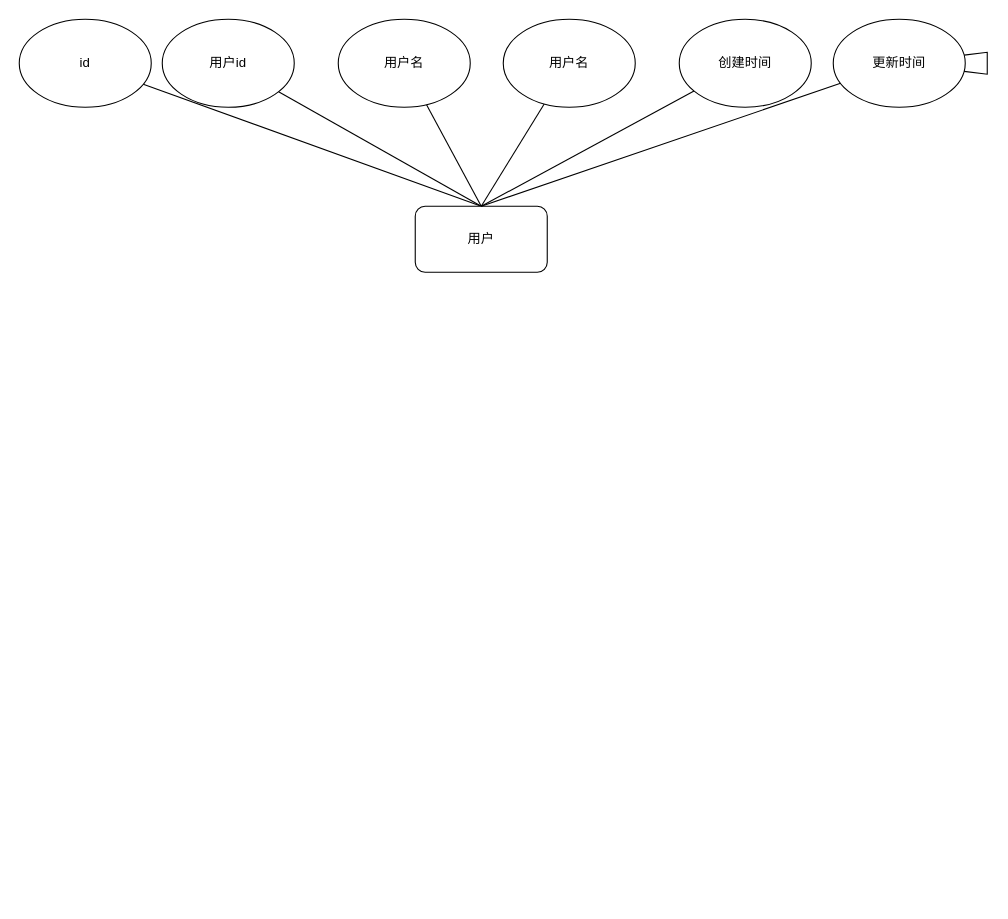
Earlier version of the draw.io diagram 论坛E-R图.drawio (ziluo-qiuping/SE2022). Source tidied: cells renumbered, new cells numbered last; positions are measured from the earlier drawing's top-left corner, leaving out a move shared by most shapes. Both pictures are drawn from the tidied source at 110%, with x=0, y=0 at pixel (19, 19).
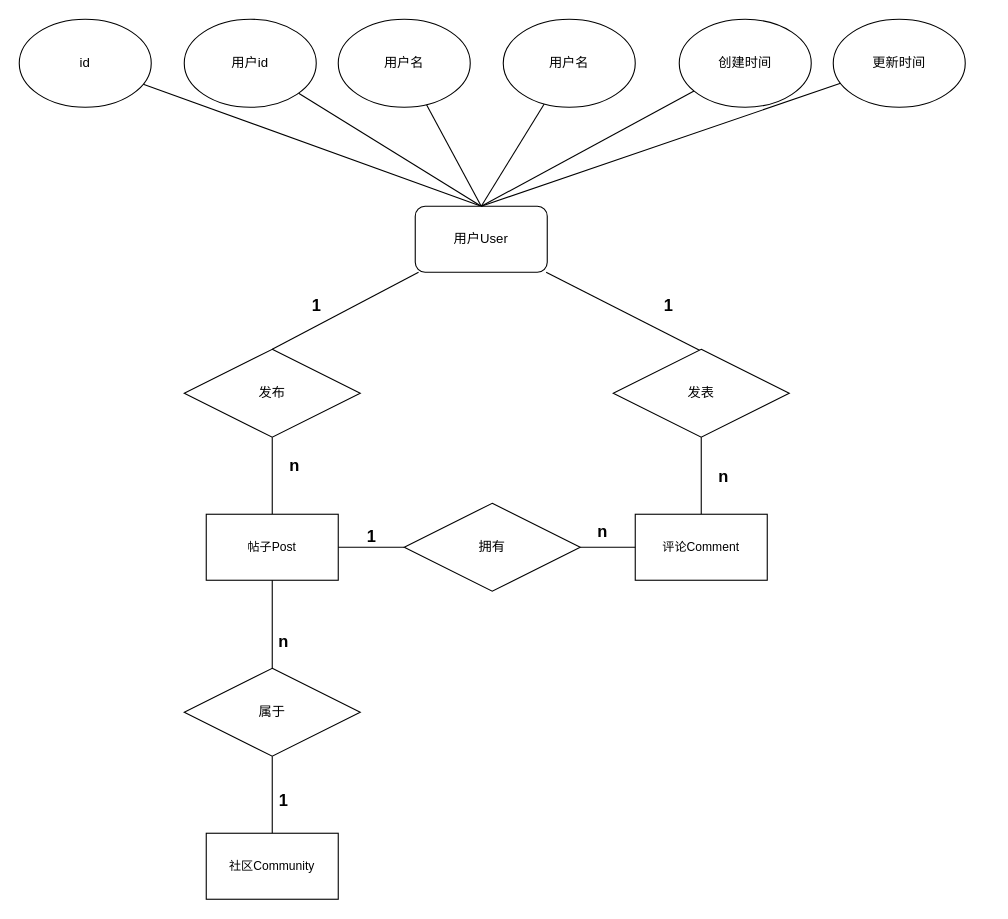
The same diagram, later.

Commit message:
更新论坛E-R图.drawio

The change refers to these unchanged cells:
```xml
<mxCell id="14" value="更新时间" style="ellipse;whiteSpace=wrap;html=1;" parent="1" vertex="1">
  <mxGeometry x="740" width="120" height="80" as="geometry" />
</mxCell>
```

What changed in the source:
```diff
@@
     <mxCell id="5" value="用户id" style="ellipse;whiteSpace=wrap;html=1;" parent="1" vertex="1">
-      <mxGeometry x="130" width="120" height="80" as="geometry" />
+      <mxGeometry x="150" width="120" height="80" as="geometry" />
     </mxCell>
@@
+    <mxCell id="16" style="rounded=0;jettySize=auto;html=1;entryX=0.5;entryY=0;entryDx=0;entryDy=0;endArrow=none;endFill=0;" parent="1" edge="1" source="8" target="19">
+      <mxGeometry relative="1" as="geometry" />
+    </mxCell>
+    <mxCell id="17" style="edgeStyle=none;shape=connector;rounded=0;jettySize=auto;html=1;entryX=0.563;entryY=0.086;entryDx=0;entryDy=0;entryPerimeter=0;labelBackgroundColor=default;strokeColor=default;fontFamily=Helvetica;fontSize=15;fontColor=default;endArrow=none;endFill=0;" parent="1" edge="1" source="8" target="23">
+      <mxGeometry relative="1" as="geometry" />
+    </mxCell>
-    <mxCell id="8" value="用户" style="rounded=1;whiteSpace=wrap;html=1;" parent="1" vertex="1">
+    <mxCell id="8" value="用户User" style="rounded=1;whiteSpace=wrap;html=1;" parent="1" vertex="1">
       <mxGeometry x="360" y="170" width="120" height="60" as="geometry" />
     </mxCell>
@@
-    <mxCell id="15" style="edgeStyle=none;shape=connector;rounded=0;orthogonalLoop=1;jettySize=auto;html=1;labelBackgroundColor=default;strokeColor=default;fontFamily=Helvetica;fontSize=11;fontColor=default;endArrow=none;endFill=0;" parent="1" edge="1" source="14" target="14">
-      <mxGeometry relative="1" as="geometry" />
-    </mxCell>
+    <mxCell id="18" style="edgeStyle=none;shape=connector;rounded=0;jettySize=auto;html=1;exitX=0.5;exitY=1;exitDx=0;exitDy=0;entryX=0.5;entryY=0;entryDx=0;entryDy=0;labelBackgroundColor=default;strokeColor=default;fontFamily=Helvetica;fontSize=11;fontColor=default;endArrow=none;endFill=0;" parent="1" edge="1" source="19" target="20">
+      <mxGeometry relative="1" as="geometry" />
+    </mxCell>
+    <mxCell id="19" value="发布" style="rhombus;whiteSpace=wrap;html=1;" parent="1" vertex="1">
+      <mxGeometry x="150" y="300" width="160" height="80" as="geometry" />
+    </mxCell>
+    <mxCell id="20" value="帖子Post" style="rounded=0;whiteSpace=wrap;html=1;fontFamily=Helvetica;fontSize=11;fontColor=default;" parent="1" vertex="1">
+      <mxGeometry x="170" y="450" width="120" height="60" as="geometry" />
+    </mxCell>
+    <mxCell id="21" value="1" style="text;strokeColor=none;fillColor=none;html=1;fontSize=15;fontStyle=1;verticalAlign=middle;align=center;fontFamily=Helvetica;fontColor=default;" parent="1" vertex="1">
+      <mxGeometry x="220" y="240" width="100" height="40" as="geometry" />
+    </mxCell>
+    <mxCell id="22" value="n" style="text;strokeColor=none;fillColor=none;html=1;fontSize=15;fontStyle=1;verticalAlign=middle;align=center;fontFamily=Helvetica;fontColor=default;" parent="1" vertex="1">
+      <mxGeometry x="200" y="380" width="100" height="50" as="geometry" />
+    </mxCell>
+    <mxCell id="23" value="发表" style="rhombus;whiteSpace=wrap;html=1;" parent="1" vertex="1">
+      <mxGeometry x="540" y="300" width="160" height="80" as="geometry" />
+    </mxCell>
+    <mxCell id="24" style="edgeStyle=none;shape=connector;rounded=0;jettySize=auto;html=1;entryX=0.5;entryY=1;entryDx=0;entryDy=0;labelBackgroundColor=default;strokeColor=default;fontFamily=Helvetica;fontSize=15;fontColor=default;endArrow=none;endFill=0;" parent="1" edge="1" source="25" target="23">
+      <mxGeometry relative="1" as="geometry" />
+    </mxCell>
+    <mxCell id="25" value="评论Comment" style="rounded=0;whiteSpace=wrap;html=1;fontFamily=Helvetica;fontSize=11;fontColor=default;" parent="1" vertex="1">
+      <mxGeometry x="560" y="450" width="120" height="60" as="geometry" />
+    </mxCell>
+    <mxCell id="26" value="1" style="text;strokeColor=none;fillColor=none;html=1;fontSize=15;fontStyle=1;verticalAlign=middle;align=center;fontFamily=Helvetica;fontColor=default;" parent="1" vertex="1">
+      <mxGeometry x="540" y="240" width="100" height="40" as="geometry" />
+    </mxCell>
+    <mxCell id="27" value="n" style="text;strokeColor=none;fillColor=none;html=1;fontSize=15;fontStyle=1;verticalAlign=middle;align=center;fontFamily=Helvetica;fontColor=default;" parent="1" vertex="1">
+      <mxGeometry x="590" y="390" width="100" height="50" as="geometry" />
+    </mxCell>
+    <mxCell id="28" style="edgeStyle=none;shape=connector;rounded=0;jettySize=auto;html=1;entryX=1;entryY=0.5;entryDx=0;entryDy=0;labelBackgroundColor=default;strokeColor=default;fontFamily=Helvetica;fontSize=15;fontColor=default;endArrow=none;endFill=0;" parent="1" edge="1" source="30" target="20">
+      <mxGeometry relative="1" as="geometry" />
+    </mxCell>
+    <mxCell id="29" style="edgeStyle=none;shape=connector;rounded=0;jettySize=auto;html=1;entryX=0;entryY=0.5;entryDx=0;entryDy=0;labelBackgroundColor=default;strokeColor=default;fontFamily=Helvetica;fontSize=15;fontColor=default;endArrow=none;endFill=0;" parent="1" edge="1" source="30" target="25">
+      <mxGeometry relative="1" as="geometry" />
+    </mxCell>
+    <mxCell id="30" value="拥有" style="rhombus;whiteSpace=wrap;html=1;" parent="1" vertex="1">
+      <mxGeometry x="350" y="440" width="160" height="80" as="geometry" />
+    </mxCell>
+    <mxCell id="31" value="1" style="text;strokeColor=none;fillColor=none;html=1;fontSize=15;fontStyle=1;verticalAlign=middle;align=center;fontFamily=Helvetica;fontColor=default;" parent="1" vertex="1">
+      <mxGeometry x="270" y="450" width="100" height="40" as="geometry" />
+    </mxCell>
+    <mxCell id="32" value="n" style="text;strokeColor=none;fillColor=none;html=1;fontSize=15;fontStyle=1;verticalAlign=middle;align=center;fontFamily=Helvetica;fontColor=default;" parent="1" vertex="1">
+      <mxGeometry x="480" y="440" width="100" height="50" as="geometry" />
+    </mxCell>
+    <mxCell id="33" style="edgeStyle=none;shape=connector;rounded=0;jettySize=auto;html=1;entryX=0.5;entryY=1;entryDx=0;entryDy=0;labelBackgroundColor=default;strokeColor=default;fontFamily=Helvetica;fontSize=15;fontColor=default;endArrow=none;endFill=0;" parent="1" edge="1" source="35" target="20">
+      <mxGeometry relative="1" as="geometry" />
+    </mxCell>
+    <mxCell id="34" style="edgeStyle=none;shape=connector;rounded=0;jettySize=auto;html=1;entryX=0.5;entryY=0;entryDx=0;entryDy=0;labelBackgroundColor=default;strokeColor=default;fontFamily=Helvetica;fontSize=15;fontColor=default;endArrow=none;endFill=0;" parent="1" edge="1" source="35" target="37">
+      <mxGeometry relative="1" as="geometry" />
+    </mxCell>
+    <mxCell id="35" value="属于" style="rhombus;whiteSpace=wrap;html=1;" parent="1" vertex="1">
+      <mxGeometry x="150" y="590" width="160" height="80" as="geometry" />
+    </mxCell>
+    <mxCell id="36" value="n" style="text;strokeColor=none;fillColor=none;html=1;fontSize=15;fontStyle=1;verticalAlign=middle;align=center;fontFamily=Helvetica;fontColor=default;" parent="1" vertex="1">
+      <mxGeometry x="190" y="540" width="100" height="50" as="geometry" />
+    </mxCell>
+    <mxCell id="37" value="社区Community" style="rounded=0;whiteSpace=wrap;html=1;fontFamily=Helvetica;fontSize=11;fontColor=default;" parent="1" vertex="1">
+      <mxGeometry x="170" y="740" width="120" height="60" as="geometry" />
+    </mxCell>
+    <mxCell id="38" value="1" style="text;strokeColor=none;fillColor=none;html=1;fontSize=15;fontStyle=1;verticalAlign=middle;align=center;fontFamily=Helvetica;fontColor=default;" parent="1" vertex="1">
+      <mxGeometry x="190" y="690" width="100" height="40" as="geometry" />
+    </mxCell>
```
